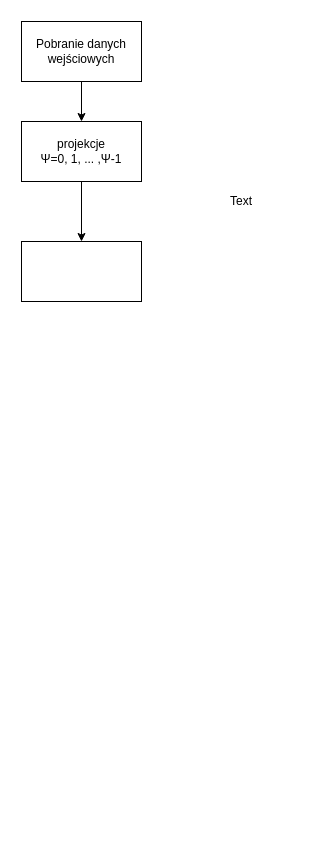
effype/shepp-logan-phantom keeps this draw.io diagram as img/Untitled Diagram.drawio. Above is the earlier version. Source tidied: cells renumbered, new cells numbered last; positions are measured from the earlier drawing's top-left corner, leaving out a move shared by most shapes. Both pictures are drawn from the tidied source at 100%, with x=0, y=0 at pixel (21, 21).
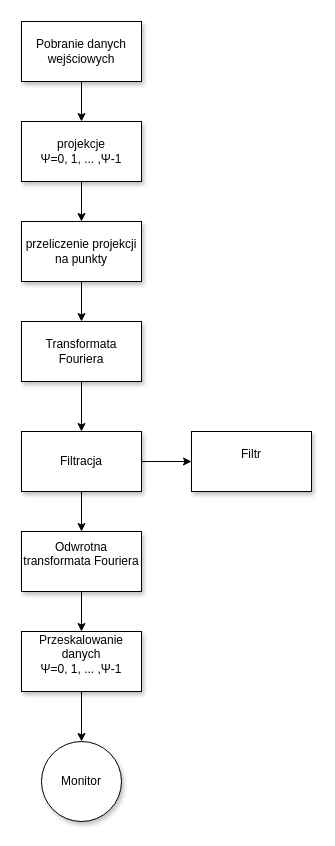
Above is the later version.

Diff of the diagram source:
```diff
@@
 <mxGraphModel background="#FFFFFF">
   <root>
     <mxCell id="0" />
     <mxCell id="1" parent="0" />
     <mxCell id="2" style="edgeStyle=orthogonalEdgeStyle;rounded=0;jettySize=auto;html=1;" parent="1" edge="1" source="3" target="5">
       <mxGeometry relative="1" as="geometry" />
     </mxCell>
-    <mxCell id="3" value="Pobranie danych wejściowych" style="rounded=1;whiteSpace=wrap;html=1;fontSize=12;glass=0;strokeWidth=1;shadow=0;arcSize=0;" parent="1" vertex="1">
+    <mxCell id="3" value="Pobranie danych wejściowych" style="rounded=1;whiteSpace=wrap;html=1;fontSize=12;glass=0;strokeWidth=1;shadow=1;arcSize=0;" parent="1" vertex="1">
       <mxGeometry width="120" height="60" as="geometry" />
     </mxCell>
     <mxCell id="4" style="edgeStyle=orthogonalEdgeStyle;rounded=0;jettySize=auto;html=1;" parent="1" edge="1" source="5" target="6">
       <mxGeometry relative="1" as="geometry" />
     </mxCell>
-    <mxCell id="5" value="&lt;div&gt;projekcje &lt;br&gt;&lt;/div&gt;&lt;div&gt;&lt;span lang=&quot;grc&quot;&gt;Ψ=0, 1, ... ,&lt;/span&gt;&lt;span lang=&quot;grc&quot;&gt;Ψ-1&lt;/span&gt;&lt;/div&gt;" style="rounded=1;whiteSpace=wrap;html=1;arcSize=0;" parent="1" vertex="1">
+    <mxCell id="5" value="&lt;div&gt;projekcje &lt;br&gt;&lt;/div&gt;&lt;div&gt;&lt;span lang=&quot;grc&quot;&gt;Ψ=0, 1, ... ,&lt;/span&gt;&lt;span lang=&quot;grc&quot;&gt;Ψ-1&lt;/span&gt;&lt;/div&gt;" style="rounded=1;whiteSpace=wrap;html=1;arcSize=0;shadow=1;" parent="1" vertex="1">
       <mxGeometry y="100" width="120" height="60" as="geometry" />
     </mxCell>
+    <mxCell id="8" style="edgeStyle=orthogonalEdgeStyle;rounded=0;jettySize=auto;html=1;" parent="1" edge="1" source="6" target="10">
+      <mxGeometry relative="1" as="geometry" />
+    </mxCell>
-    <mxCell id="6" style="rounded=0;whiteSpace=wrap;html=1;" parent="1" vertex="1">
-      <mxGeometry y="220" width="120" height="60" as="geometry" />
+    <mxCell id="6" value="przeliczenie projekcji na punkty" style="rounded=0;whiteSpace=wrap;html=1;shadow=1;" parent="1" vertex="1">
+      <mxGeometry y="200" width="120" height="60" as="geometry" />
     </mxCell>
-    <mxCell id="7" value="Text" style="text;html=1;strokeColor=none;fillColor=none;align=center;verticalAlign=middle;whiteSpace=wrap;rounded=0;" parent="1" vertex="1">
-      <mxGeometry x="200" y="170" width="40" height="20" as="geometry" />
-    </mxCell>
+    <mxCell id="9" style="edgeStyle=orthogonalEdgeStyle;rounded=0;jettySize=auto;html=1;" parent="1" edge="1" source="10" target="13">
+      <mxGeometry relative="1" as="geometry" />
+    </mxCell>
+    <mxCell id="10" value="&lt;div&gt;Transformata Fouriera&lt;/div&gt;" style="rounded=0;whiteSpace=wrap;html=1;shadow=1;" parent="1" vertex="1">
+      <mxGeometry y="300" width="120" height="60" as="geometry" />
+    </mxCell>
+    <mxCell id="11" style="edgeStyle=none;rounded=0;jettySize=auto;html=1;" parent="1" edge="1" source="13" target="14">
+      <mxGeometry relative="1" as="geometry" />
+    </mxCell>
+    <mxCell id="12" style="edgeStyle=none;rounded=0;jettySize=auto;html=1;" parent="1" edge="1" source="13" target="16">
+      <mxGeometry relative="1" as="geometry" />
+    </mxCell>
+    <mxCell id="13" value="&lt;div&gt;Filtracja&lt;/div&gt;" style="rounded=0;whiteSpace=wrap;html=1;shadow=1;" parent="1" vertex="1">
+      <mxGeometry y="410" width="120" height="60" as="geometry" />
+    </mxCell>
+    <mxCell id="14" value="&lt;div&gt;Filtr&lt;/div&gt;&lt;div&gt;&lt;br&gt;&lt;/div&gt;" style="rounded=0;whiteSpace=wrap;html=1;shadow=1;" parent="1" vertex="1">
+      <mxGeometry x="170" y="410" width="120" height="60" as="geometry" />
+    </mxCell>
+    <mxCell id="15" style="edgeStyle=none;rounded=0;jettySize=auto;html=1;" parent="1" edge="1" source="16" target="18">
+      <mxGeometry relative="1" as="geometry" />
+    </mxCell>
+    <mxCell id="16" value="&lt;div&gt;Odwrotna transformata Fouriera&lt;/div&gt;&lt;div&gt;&lt;br&gt;&lt;/div&gt;" style="rounded=0;whiteSpace=wrap;html=1;shadow=1;" parent="1" vertex="1">
+      <mxGeometry y="510" width="120" height="60" as="geometry" />
+    </mxCell>
+    <mxCell id="17" style="edgeStyle=none;rounded=0;jettySize=auto;html=1;" parent="1" edge="1" source="18" target="19">
+      <mxGeometry relative="1" as="geometry" />
+    </mxCell>
+    <mxCell id="18" value="&lt;div&gt;Przeskalowanie danych&lt;/div&gt;&lt;div&gt;&lt;div&gt;&lt;span lang=&quot;grc&quot;&gt;Ψ=0, 1, ... ,&lt;/span&gt;&lt;span lang=&quot;grc&quot;&gt;Ψ-1&lt;/span&gt;&lt;/div&gt;&lt;/div&gt;&lt;div&gt;&lt;br&gt;&lt;/div&gt;" style="rounded=0;whiteSpace=wrap;html=1;shadow=1;" parent="1" vertex="1">
+      <mxGeometry y="610" width="120" height="60" as="geometry" />
+    </mxCell>
+    <mxCell id="19" value="Monitor" style="ellipse;whiteSpace=wrap;html=1;shadow=1;" parent="1" vertex="1">
+      <mxGeometry x="20" y="720" width="80" height="80" as="geometry" />
+    </mxCell>
   </root>
 </mxGraphModel>
```
